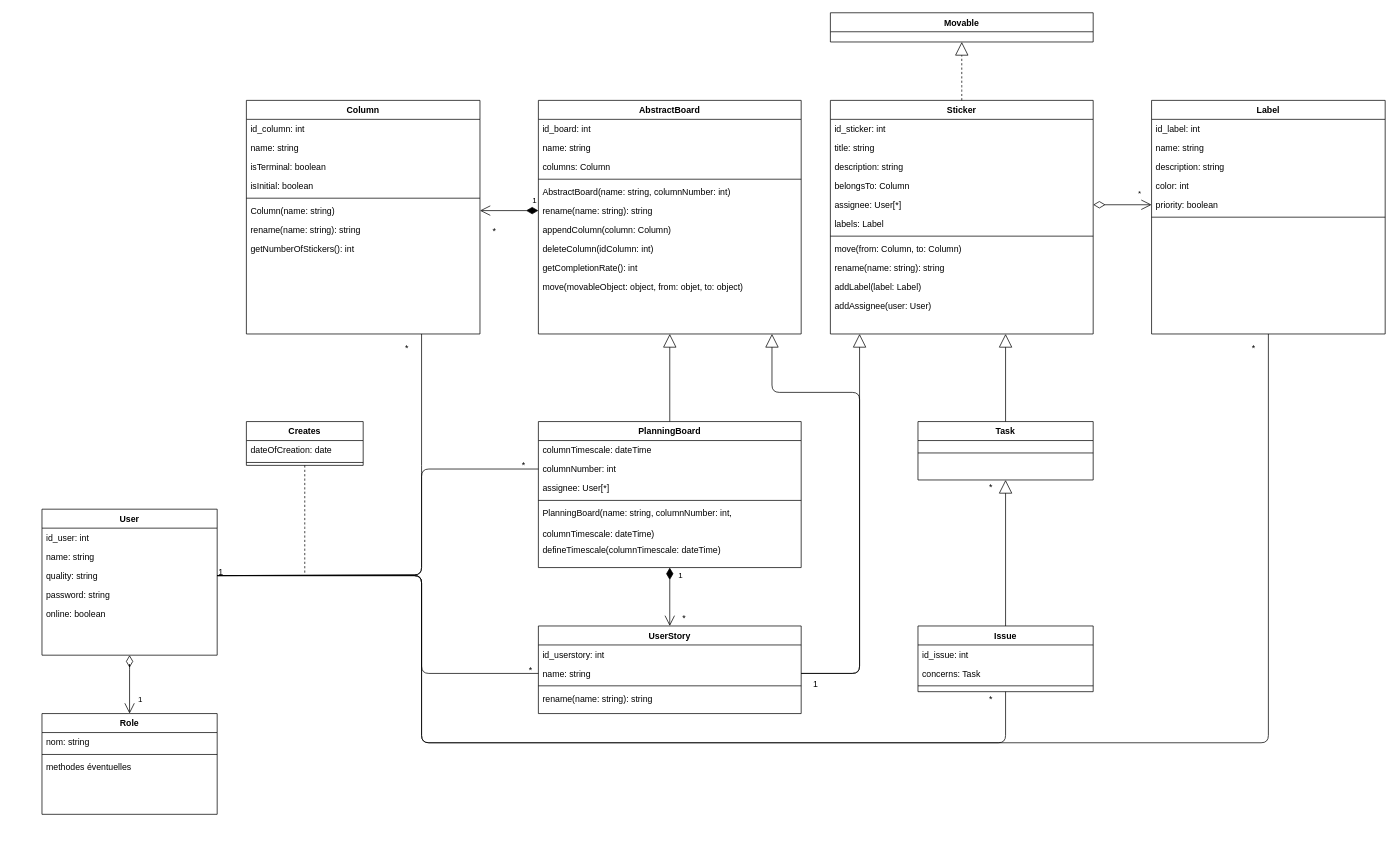
The draw.io diagram Diagrams/Database Diagram.drawio in RedaPengam/Boardy, before the edit. Source tidied: cells renumbered, new cells numbered last; positions are measured from the earlier drawing's top-left corner, leaving out a move shared by most shapes. Both pictures are drawn from the tidied source at 73%, with x=0, y=0 at pixel (42, 12).
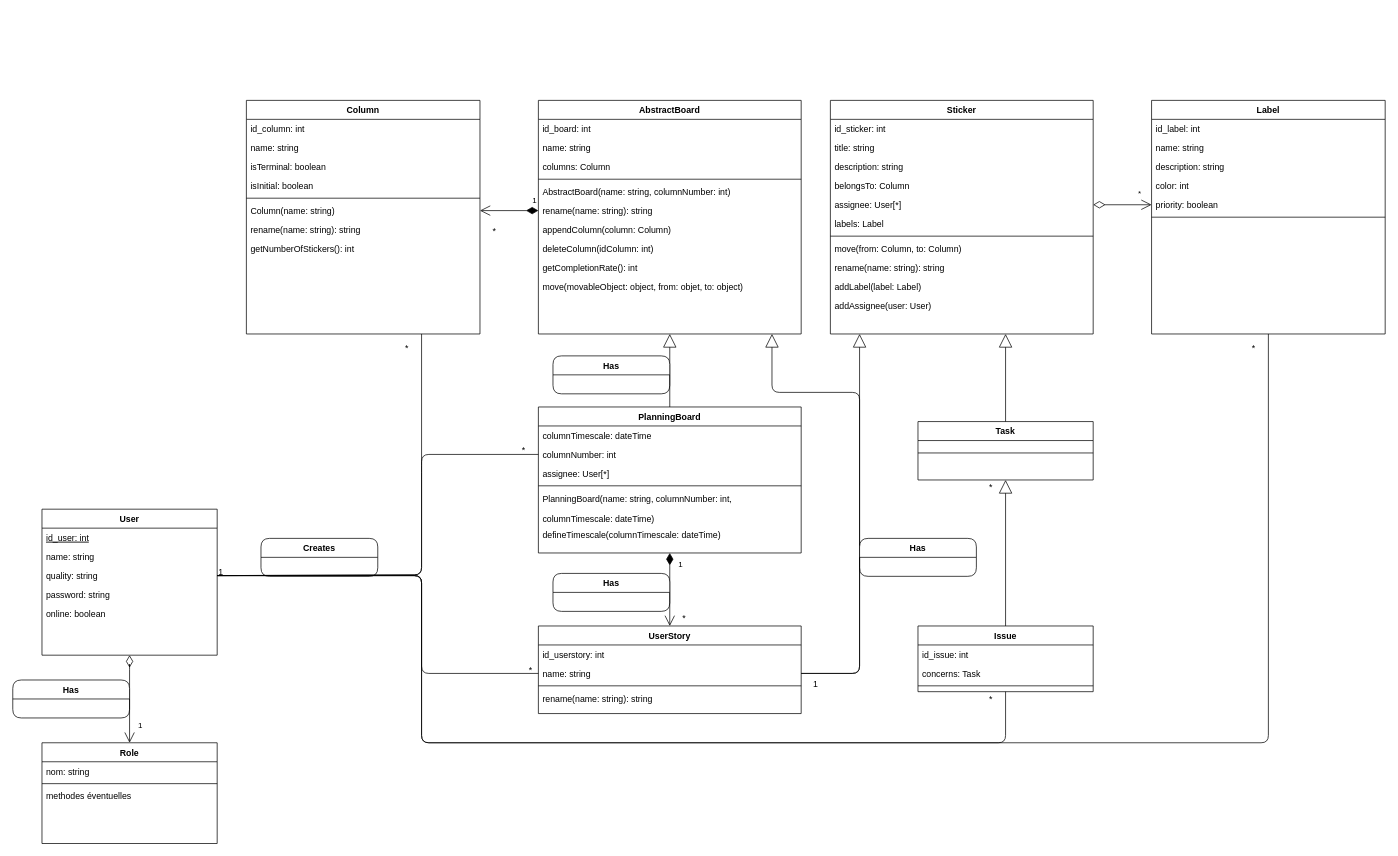
The same page after the edit.

Unchanged cells that the change refers to:
```xml
<mxCell id="2" value="User" style="swimlane;fontStyle=1;align=center;verticalAlign=top;horizontal=1;startSize=26;rounded=0;shadow=0;strokeWidth=1;" parent="1" vertex="1">
  <mxGeometry y="680" width="240" height="200" as="geometry" />
</mxCell>
<mxCell id="5" value="quality: string" style="text;align=left;verticalAlign=top;spacingLeft=4;spacingRight=4;overflow=hidden;points=[[0,0.5],[1,0.5]];portConstraint=eastwest;rounded=0;shadow=0;html=0;" parent="2" vertex="1">
  <mxGeometry y="78" width="240" height="26" as="geometry" />
</mxCell>
<mxCell id="21" value="columnNumber: int" style="text;align=left;verticalAlign=top;spacingLeft=4;spacingRight=4;overflow=hidden;points=[[0,0.5],[1,0.5]];portConstraint=eastwest;rounded=0;shadow=0;html=0;" parent="19" vertex="1">
  <mxGeometry y="52" width="360" height="26" as="geometry" />
</mxCell>
<mxCell id="31" value="Sticker" style="swimlane;fontStyle=1;align=center;verticalAlign=top;horizontal=1;startSize=26;rounded=0;shadow=0;strokeWidth=1;" parent="1" vertex="1">
  <mxGeometry x="1080" y="120" width="360" height="320" as="geometry" />
</mxCell>
```

The edit, as a diff of the source:
```diff
@@
-    <mxCell id="3" value="id_user: int" style="text;align=left;verticalAlign=top;spacingLeft=4;spacingRight=4;overflow=hidden;rounded=0;shadow=0;html=0;" parent="2" vertex="1">
+    <mxCell id="3" value="id_user: int" style="text;align=left;verticalAlign=top;spacingLeft=4;spacingRight=4;overflow=hidden;rounded=0;shadow=0;html=0;fontStyle=4;" parent="2" vertex="1">
       <mxGeometry y="26" width="240" height="26" as="geometry" />
     </mxCell>
@@
     <mxCell id="19" value="PlanningBoard" style="swimlane;fontStyle=1;align=center;verticalAlign=top;horizontal=1;startSize=26;rounded=0;shadow=0;strokeWidth=1;" parent="1" vertex="1">
-      <mxGeometry x="680" y="560" width="360" height="200" as="geometry" />
+      <mxGeometry x="680" y="540" width="360" height="200" as="geometry" />
     </mxCell>
@@
-    <mxCell id="51" style="edgeStyle=orthogonalEdgeStyle;jettySize=auto;html=1;exitX=0.5;exitY=1;exitDx=0;exitDy=0;endArrow=none;endFill=0;dashed=1;" parent="1" edge="1" source="52">
-      <mxGeometry relative="1" as="geometry">
-        <mxPoint x="360" y="770" as="targetPoint" />
-      </mxGeometry>
-    </mxCell>
-    <mxCell id="52" value="Creates" style="swimlane;fontStyle=1;align=center;verticalAlign=top;horizontal=1;startSize=26;" parent="1" vertex="1">
-      <mxGeometry x="280" y="560" width="160" height="60" as="geometry" />
-    </mxCell>
-    <mxCell id="53" value="dateOfCreation: date" style="text;strokeColor=none;fillColor=none;align=left;verticalAlign=top;spacingLeft=4;spacingRight=4;overflow=hidden;" parent="52" vertex="1">
-      <mxGeometry y="26" width="160" height="26" as="geometry" />
-    </mxCell>
-    <mxCell id="54" style="line;strokeWidth=1;fillColor=none;align=left;verticalAlign=middle;spacingTop=-1;spacingLeft=3;spacingRight=3;labelPosition=right;" parent="52" vertex="1">
-      <mxGeometry y="52" width="160" height="8" as="geometry" />
-    </mxCell>
@@
     <mxCell id="58" value="Role" style="swimlane;fontStyle=1;align=center;verticalAlign=top;horizontal=1;startSize=26;rounded=0;shadow=0;strokeWidth=1;" parent="1" vertex="1">
-      <mxGeometry y="960" width="240" height="138" as="geometry" />
+      <mxGeometry y="1000" width="240" height="138" as="geometry" />
     </mxCell>
@@
-    <mxCell id="80" value="Movable" style="swimlane;fontStyle=1;align=center;verticalAlign=top;horizontal=1;startSize=26;rounded=0;shadow=0;strokeWidth=1;" parent="1" vertex="1">
-      <mxGeometry x="1080" width="360" height="40" as="geometry" />
-    </mxCell>
@@
-    <mxCell id="86" value="&lt;div&gt;&lt;br&gt;&lt;/div&gt;" style="endArrow=block;endSize=16;endFill=0;html=1;exitX=0.5;exitY=0;exitDx=0;exitDy=0;dashed=1;entryX=0.5;entryY=1;entryDx=0;entryDy=0;" parent="1" edge="1" source="31" target="80">
-      <mxGeometry x="0.15" y="20" relative="1" as="geometry">
-        <Array as="points">
-          <mxPoint x="1260" y="108" />
-        </Array>
-      </mxGeometry>
-    </mxCell>
@@
     <mxCell id="89" style="endArrow=none;html=1;entryX=0;entryY=0.5;entryDx=0;entryDy=0;exitX=1;exitY=0.5;exitDx=0;exitDy=0;" parent="1" edge="1" source="5" target="21">
       <mxGeometry relative="1" as="geometry">
         <Array as="points">
           <mxPoint x="520" y="770" />
-          <mxPoint x="520" y="625" />
+          <mxPoint x="520" y="605" />
         </Array>
       </mxGeometry>
     </mxCell>
@@
     <mxCell id="93" value="*" style="text;html=1;strokeColor=none;fillColor=none;align=center;verticalAlign=middle;whiteSpace=wrap;rounded=0;" parent="1" vertex="1">
-      <mxGeometry x="640" y="610" width="40" height="20" as="geometry" />
+      <mxGeometry x="640" y="590" width="40" height="20" as="geometry" />
     </mxCell>
@@
+    <mxCell id="52" value="Creates" style="swimlane;fontStyle=1;align=center;verticalAlign=top;horizontal=1;startSize=26;rounded=1;" parent="1" vertex="1">
+      <mxGeometry x="300" y="720" width="160" height="52" as="geometry" />
+    </mxCell>
+    <mxCell id="99" value="Has" style="swimlane;fontStyle=1;align=center;verticalAlign=top;horizontal=1;startSize=26;rounded=1;" parent="1" vertex="1">
+      <mxGeometry x="-40" y="914" width="160" height="52" as="geometry" />
+    </mxCell>
+    <mxCell id="100" value="Has" style="swimlane;fontStyle=1;align=center;verticalAlign=top;horizontal=1;startSize=26;rounded=1;" parent="1" vertex="1">
+      <mxGeometry x="700" y="768" width="160" height="52" as="geometry" />
+    </mxCell>
+    <mxCell id="101" value="Has" style="swimlane;fontStyle=1;align=center;verticalAlign=top;horizontal=1;startSize=26;rounded=1;" parent="1" vertex="1">
+      <mxGeometry x="1120" y="720" width="160" height="52" as="geometry" />
+    </mxCell>
+    <mxCell id="102" value="Has" style="swimlane;fontStyle=1;align=center;verticalAlign=top;horizontal=1;startSize=26;rounded=1;" parent="1" vertex="1">
+      <mxGeometry x="700" y="470" width="160" height="52" as="geometry" />
+    </mxCell>
```
